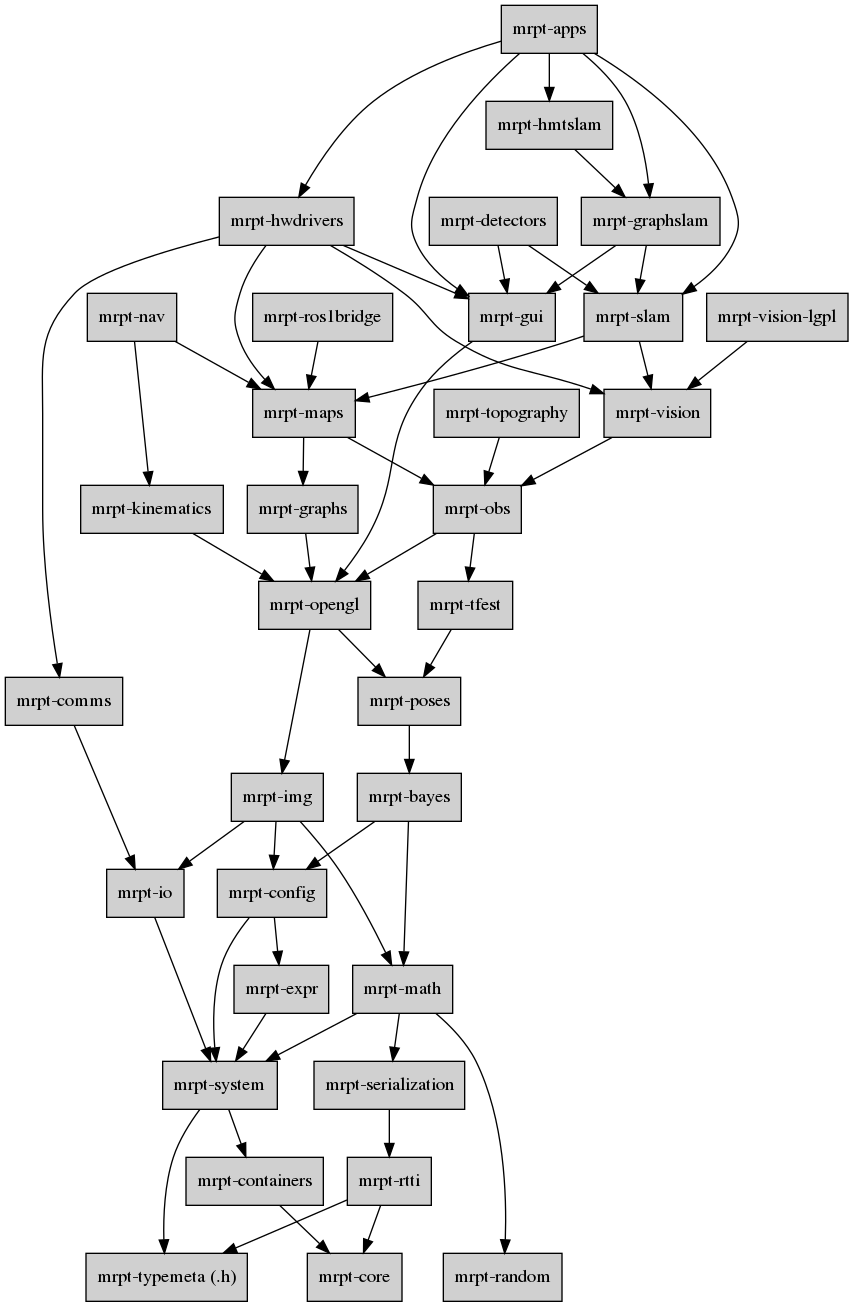
The Graphviz diagram doc/source/images/graph_mrpt_libs.png in MRPT/mrpt, before a commit. Its source is kept beside it as doc/source/images/graph_mrpt_libs.dot.
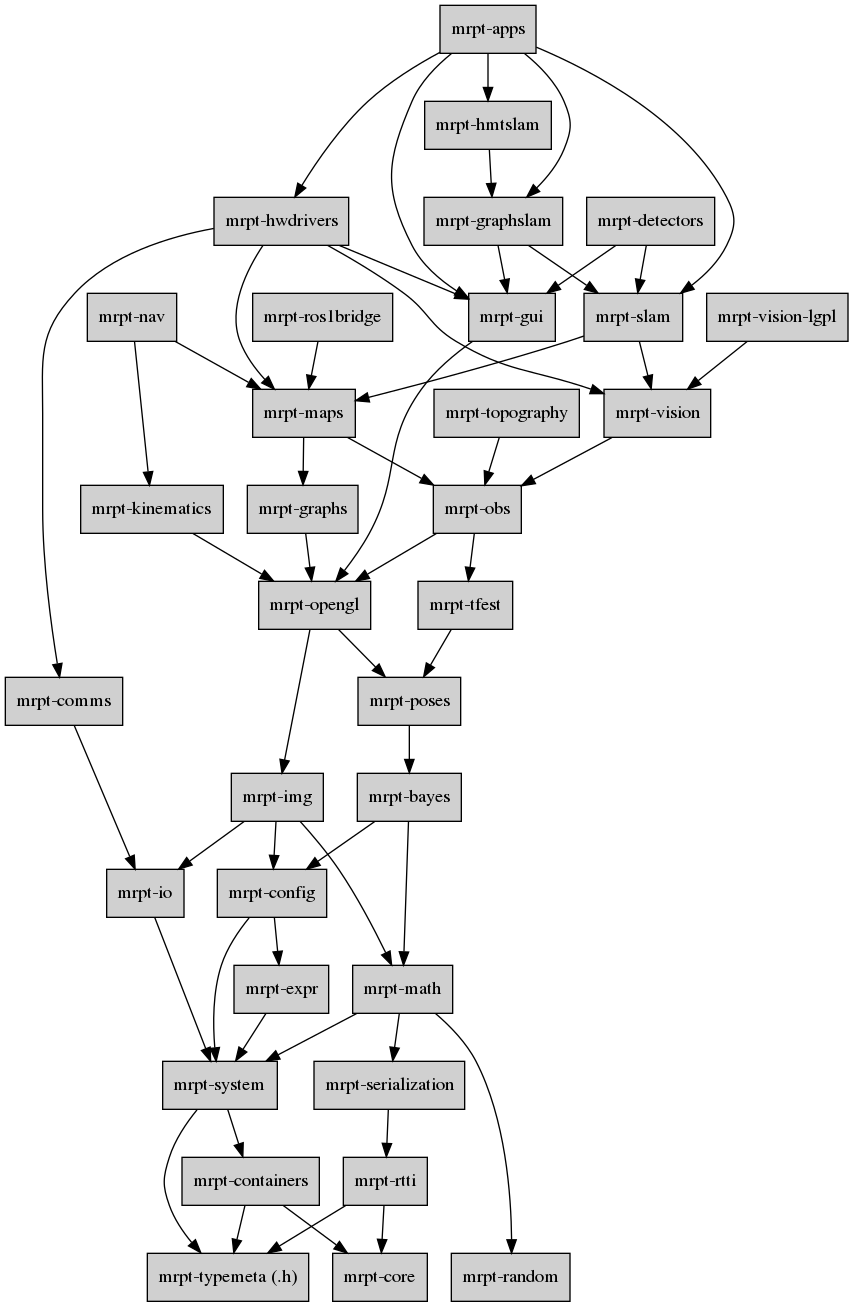
The same diagram one commit later.

Commit message:
fix: containers now must depend on typemeta headers

Change to the diagram source:
```diff
@@ -22,6 +22,7 @@
 
 	containers  [label="mrpt-containers",URL="group_mrpt_containers_grp.html"];
 	containers -> core;
+	containers -> typemeta;
 
 	{ rank = sink;
 	core       [label="mrpt-core",URL="group_mrpt_core_grp.html"];
```
